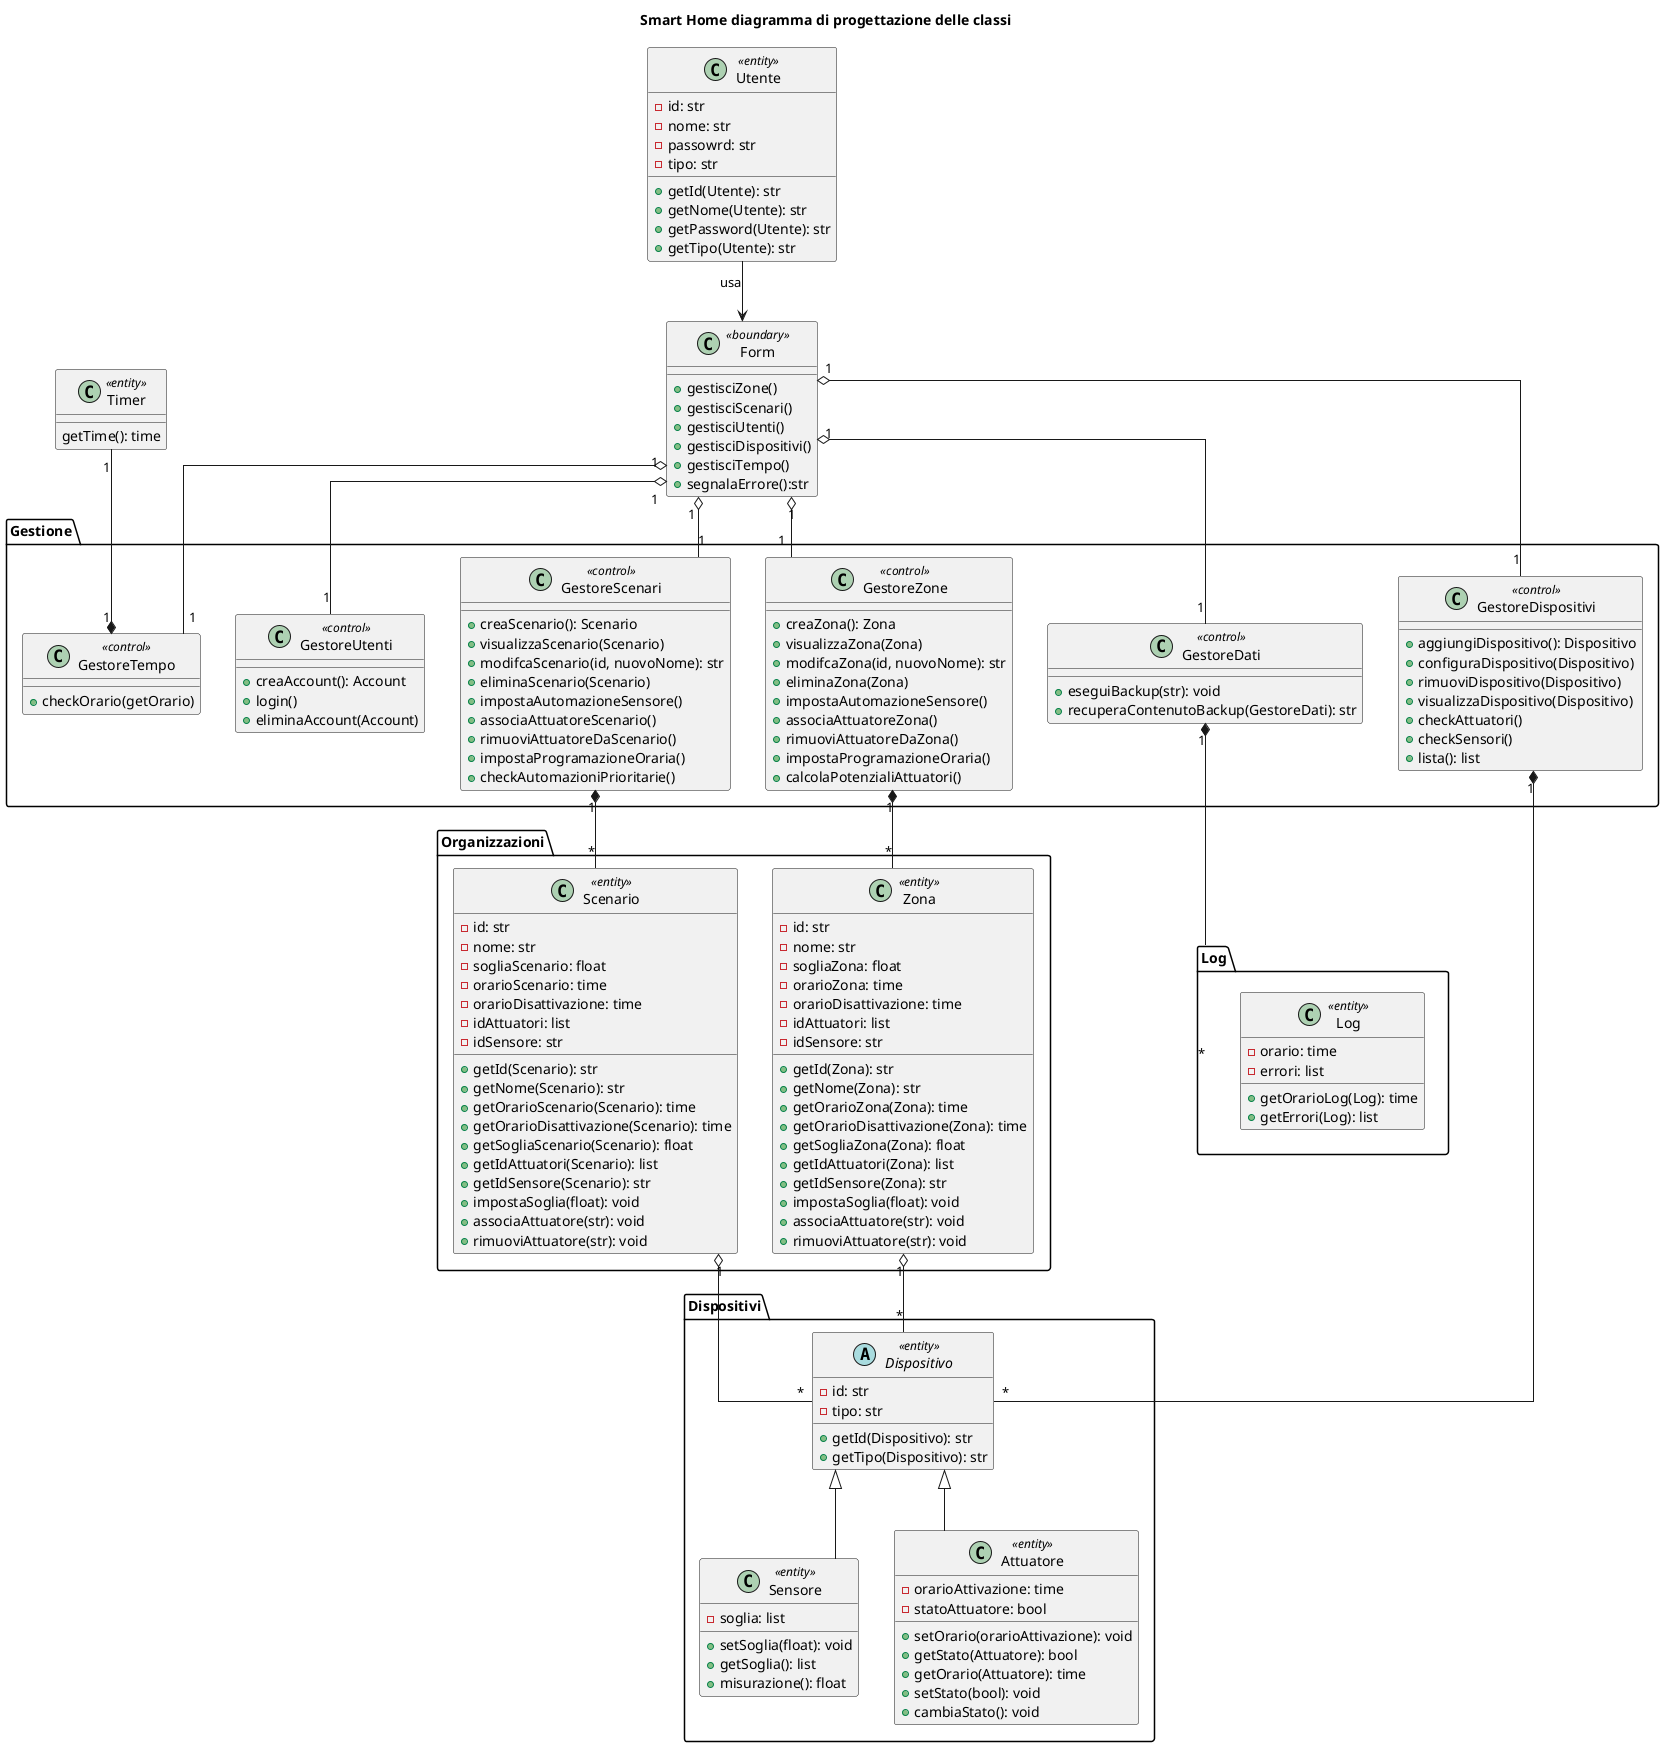
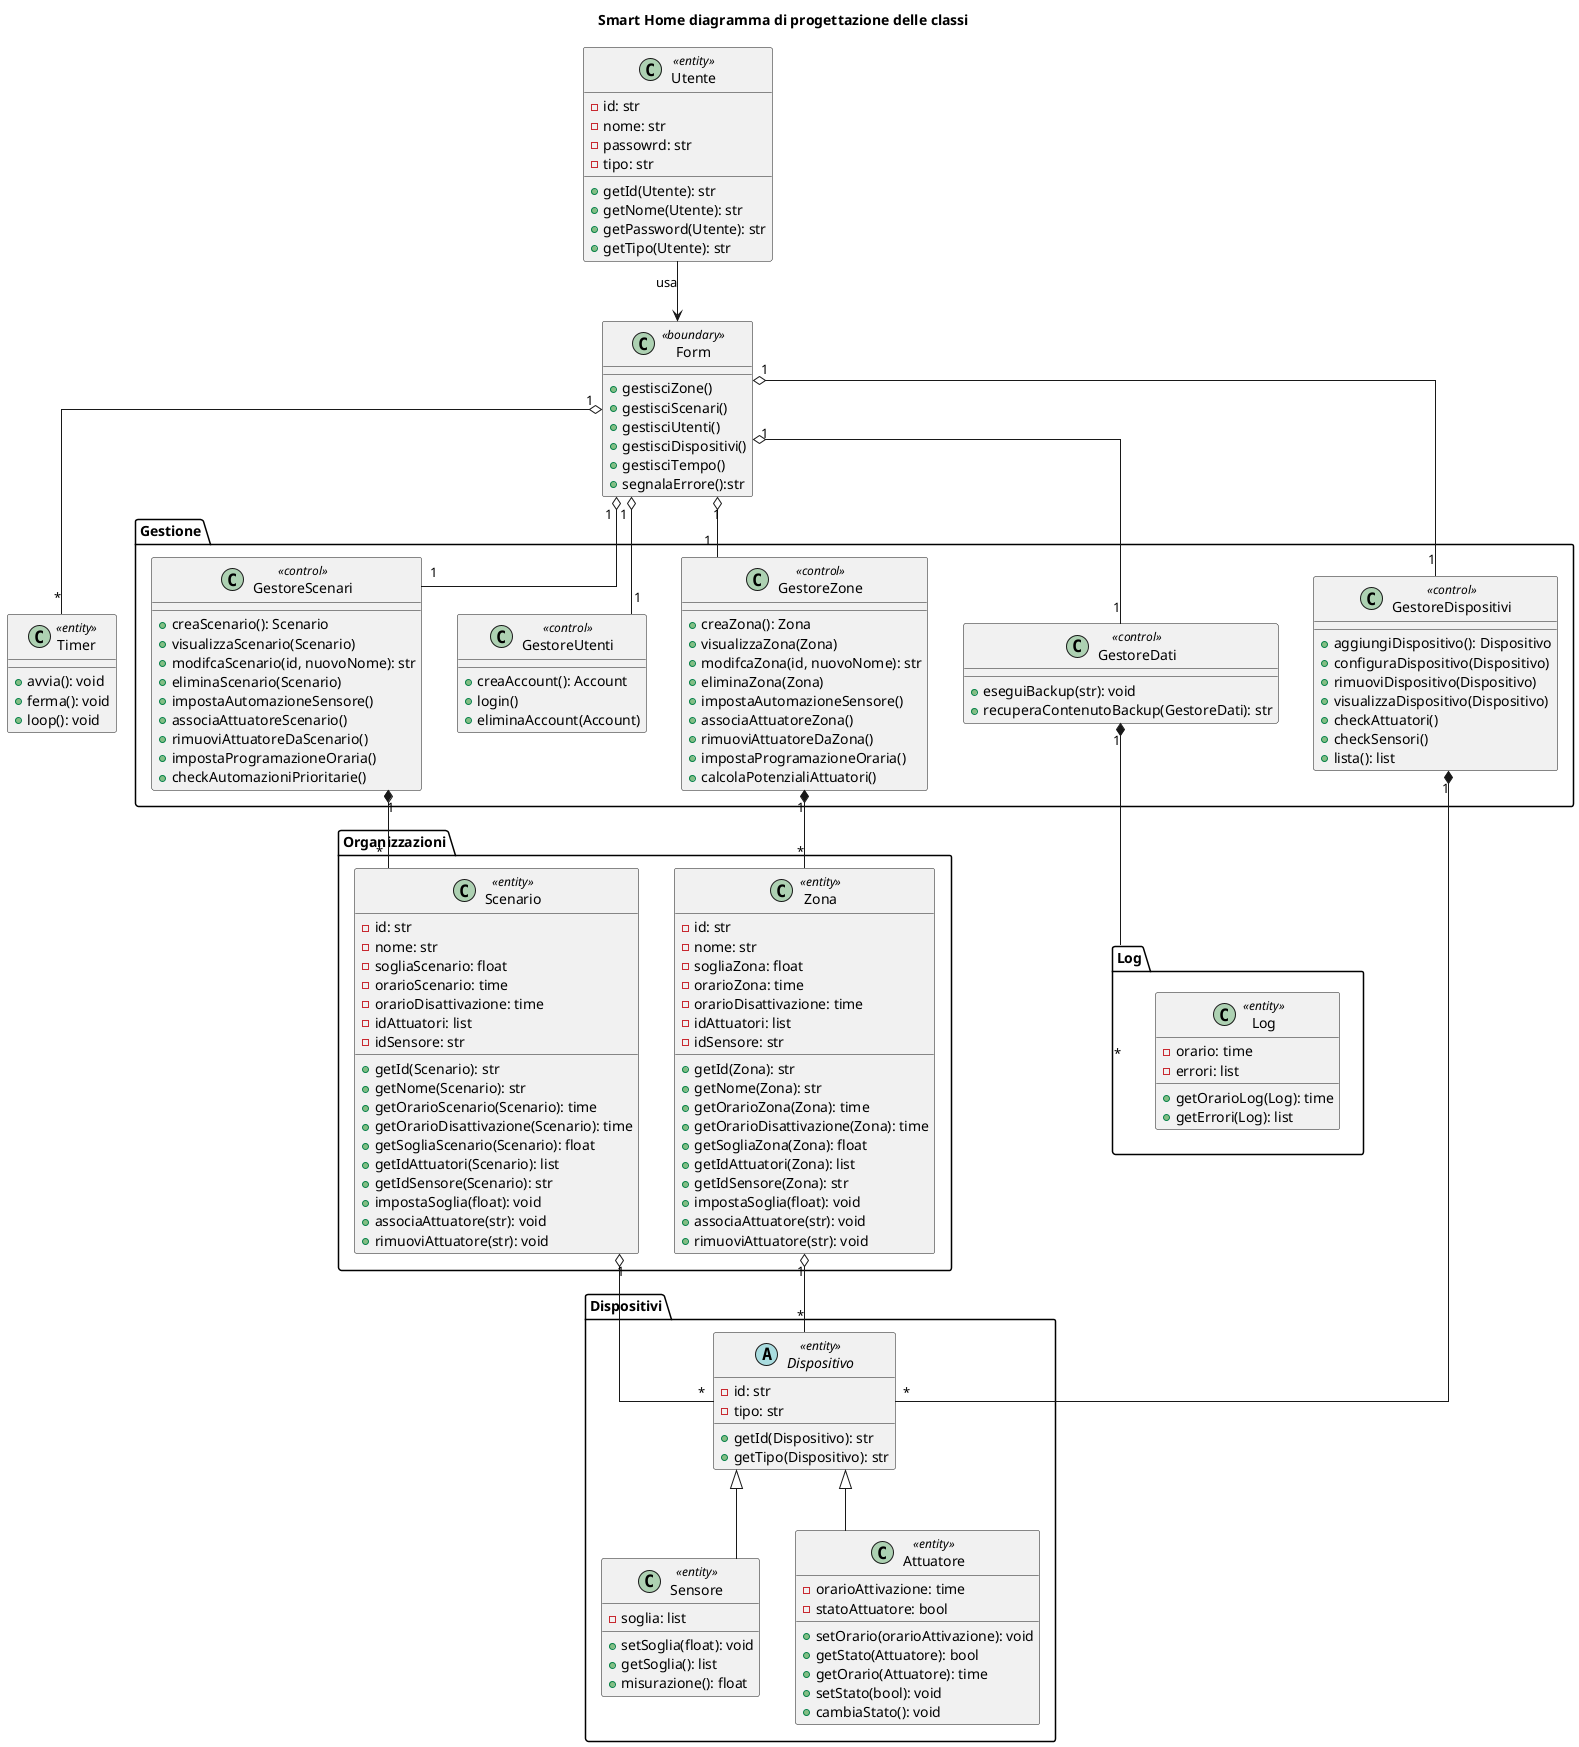
@startuml digrammacprogettazione
title Smart Home diagramma di progettazione delle classi
skinparam linetype ortho

package "Organizzazioni" {
    class Zona <<entity>> {
        - id: str
        - nome: str
        - sogliaZona: float
        - orarioZona: time
        - orarioDisattivazione: time
        - idAttuatori: list
        - idSensore: str
        + getId(Zona): str
        + getNome(Zona): str
        + getOrarioZona(Zona): time
        + getOrarioDisattivazione(Zona): time
        + getSogliaZona(Zona): float
        + getIdAttuatori(Zona): list
        + getIdSensore(Zona): str
        + impostaSoglia(float): void
        + associaAttuatore(str): void
        + rimuoviAttuatore(str): void
    }
    class Scenario <<entity>> {
        - id: str
        - nome: str
        - sogliaScenario: float
        - orarioScenario: time
        - orarioDisattivazione: time
        - idAttuatori: list
        - idSensore: str
        + getId(Scenario): str
        + getNome(Scenario): str
        + getOrarioScenario(Scenario): time
        + getOrarioDisattivazione(Scenario): time
        + getSogliaScenario(Scenario): float
        + getIdAttuatori(Scenario): list
        + getIdSensore(Scenario): str
        + impostaSoglia(float): void
        + associaAttuatore(str): void
        + rimuoviAttuatore(str): void
    }
}

package "Log"{

    class Log <<entity>> {
        - orario: time
        - errori: list

        +getOrarioLog(Log): time
        + getErrori(Log): list
    }
}

package "Dispositivi" {
    abstract class Dispositivo <<entity>> {
        - id: str
        -tipo: str
        + getId(Dispositivo): str
        + getTipo(Dispositivo): str
    }
    class Sensore <<entity>> extends Dispositivo {
        - soglia: list
        + setSoglia(float): void
        + getSoglia(): list
        + misurazione(): float
    }
    class Attuatore <<entity>> extends Dispositivo {
        - orarioAttivazione: time
        - statoAttuatore: bool
        + setOrario(orarioAttivazione): void
        + getStato(Attuatore): bool
        + getOrario(Attuatore): time
        + setStato(bool): void
        +cambiaStato(): void
    }

}

package "Gestione" {
    class GestoreZone <<control>> {
        + creaZona(): Zona
        + visualizzaZona(Zona)
        + modifcaZona(id, nuovoNome): str
        + eliminaZona(Zona)
        + impostaAutomazioneSensore()
        + associaAttuatoreZona()
        + rimuoviAttuatoreDaZona()
        + impostaProgramazioneOraria()
        + calcolaPotenzialiAttuatori()
    }
    class GestoreScenari <<control>>  {
        + creaScenario(): Scenario
        + visualizzaScenario(Scenario)
        + modifcaScenario(id, nuovoNome): str
        + eliminaScenario(Scenario)
        + impostaAutomazioneSensore()
        + associaAttuatoreScenario()
        + rimuoviAttuatoreDaScenario()
        + impostaProgramazioneOraria()
        + checkAutomazioniPrioritarie()
    }
    class GestoreDati <<control>>  {
        + eseguiBackup(str): void
        + recuperaContenutoBackup(GestoreDati): str
    }
    class GestoreUtenti <<control>> {
        + creaAccount(): Account
        + login()
        + eliminaAccount(Account)
    }
    class GestoreDispositivi <<control>>  {
        + aggiungiDispositivo(): Dispositivo
        + configuraDispositivo(Dispositivo)
        + rimuoviDispositivo(Dispositivo)
        + visualizzaDispositivo(Dispositivo)
        + checkAttuatori()
        + checkSensori()
        + lista(): list
    }
-     class GestoreTempo <<control>>{
-         + checkOrario(getOrario)
-     }
+ 
}

- class Timer <<entity>>{
-     getTime(): time
- }

+     class Timer <<entity>> {
+         + avvia(): void
+         + ferma(): void
+         + loop(): void
+     }
    class Utente <<entity>> {
    -id: str
    -nome: str
    -passowrd: str
    -tipo: str
    + getId(Utente): str
    + getNome(Utente): str
    + getPassword(Utente): str
    + getTipo(Utente): str
    }



class Form <<boundary>> {
    + gestisciZone()
    + gestisciScenari()
    + gestisciUtenti()
    + gestisciDispositivi()
    + gestisciTempo()
    + segnalaErrore():str
}



Utente --> Form : usa

Form "1" o-down- "1" GestoreZone
Form "1" o-down- "1" GestoreScenari
Form "1" o-down- "1" GestoreUtenti
Form "1" o-down- "1" GestoreDispositivi
Form "1" o-down- "1" GestoreDati
+ Form "1" o-down- "*" Timer
+ 

GestoreZone "1" *-- "*" Zona
GestoreScenari "1" *-- "*" Scenario
GestoreDispositivi "1" *-- "*" Dispositivo
GestoreDati "1" *-- "*" Log

Zona "1" o-- "*" Dispositivo
Scenario "1" o-- "*" Dispositivo

- Timer "1" --* "1" GestoreTempo
- Form "1" o-- "1" GestoreTempo


@enduml